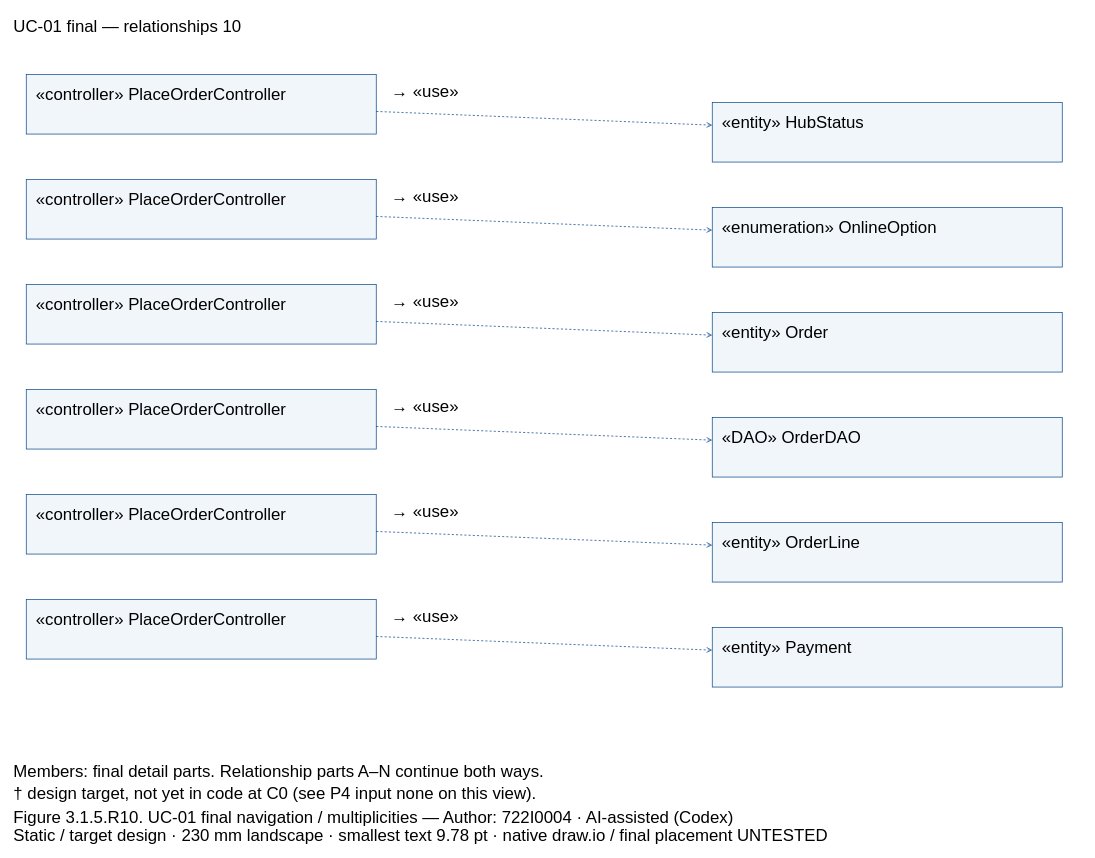
Before: models/UC-01/dcd_uc01_final_links_PartJ.drawio in Dat071104/SaigonBite, a draw.io diagram. Source tidied: cells renumbered, new cells numbered last; positions are measured from the earlier drawing's top-left corner, leaving out a move shared by most shapes. Both pictures are drawn from the tidied source at 70%, with x=0, y=0 at pixel (12, 12).
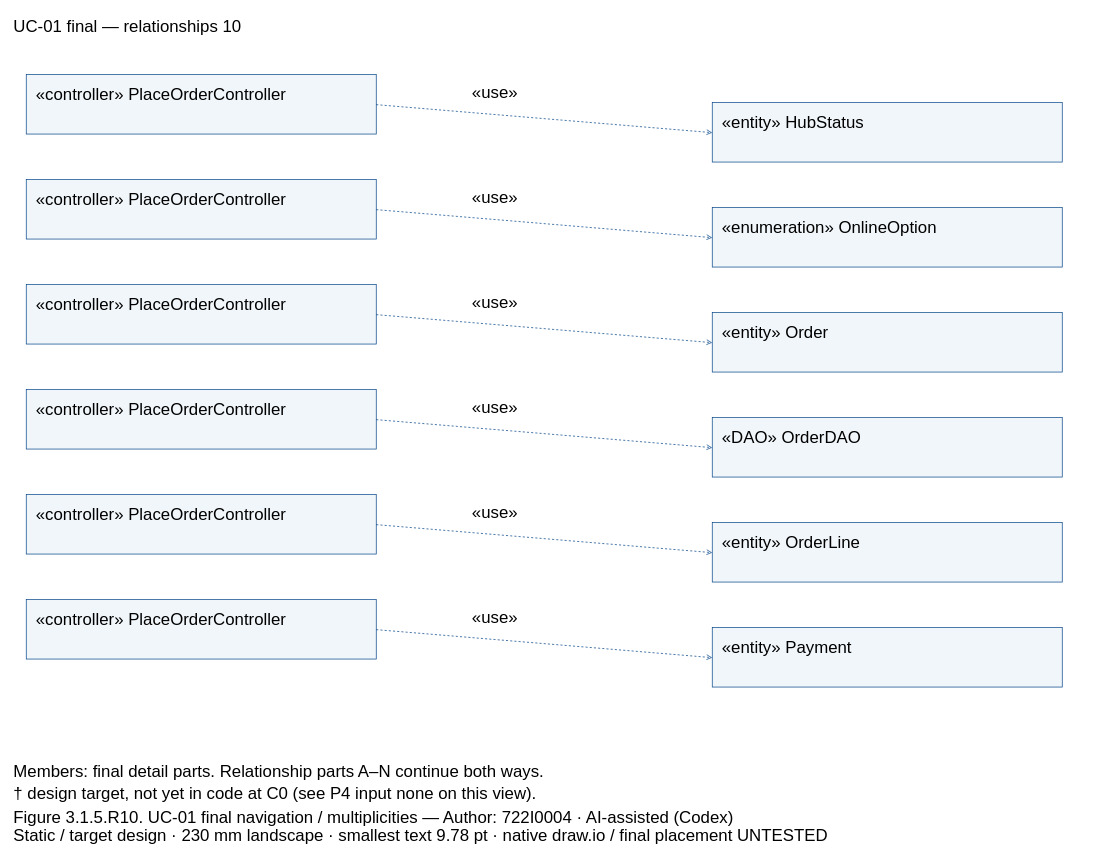
The same page after the edit.

The change refers to these unchanged cells:
```xml
<mxCell id="3" style="fillColor=#F1F6FA;strokeColor=#004387;fontFamily=Arial;fontSize=24;whiteSpace=wrap;html=0;" parent="1" vertex="1">
  <mxGeometry x="20" y="89" width="500" height="85" as="geometry" />
</mxCell>
<mxCell id="5" style="fillColor=#F1F6FA;strokeColor=#004387;fontFamily=Arial;fontSize=24;whiteSpace=wrap;html=0;" parent="1" vertex="1">
  <mxGeometry x="1000" y="129" width="500" height="85" as="geometry" />
</mxCell>
<mxCell id="7" style="fillColor=#F1F6FA;strokeColor=#004387;fontFamily=Arial;fontSize=24;whiteSpace=wrap;html=0;" parent="1" vertex="1">
  <mxGeometry x="20" y="239" width="500" height="85" as="geometry" />
</mxCell>
<mxCell id="9" style="fillColor=#F1F6FA;strokeColor=#004387;fontFamily=Arial;fontSize=24;whiteSpace=wrap;html=0;" parent="1" vertex="1">
  <mxGeometry x="1000" y="279" width="500" height="85" as="geometry" />
</mxCell>
<mxCell id="11" style="fillColor=#F1F6FA;strokeColor=#004387;fontFamily=Arial;fontSize=24;whiteSpace=wrap;html=0;" parent="1" vertex="1">
  <mxGeometry x="20" y="389" width="500" height="85" as="geometry" />
</mxCell>
<mxCell id="13" style="fillColor=#F1F6FA;strokeColor=#004387;fontFamily=Arial;fontSize=24;whiteSpace=wrap;html=0;" parent="1" vertex="1">
  <mxGeometry x="1000" y="429" width="500" height="85" as="geometry" />
</mxCell>
<mxCell id="15" style="fillColor=#F1F6FA;strokeColor=#004387;fontFamily=Arial;fontSize=24;whiteSpace=wrap;html=0;" parent="1" vertex="1">
  <mxGeometry x="20" y="539" width="500" height="85" as="geometry" />
</mxCell>
<mxCell id="17" style="fillColor=#F1F6FA;strokeColor=#004387;fontFamily=Arial;fontSize=24;whiteSpace=wrap;html=0;" parent="1" vertex="1">
  <mxGeometry x="1000" y="579" width="500" height="85" as="geometry" />
</mxCell>
<mxCell id="19" style="fillColor=#F1F6FA;strokeColor=#004387;fontFamily=Arial;fontSize=24;whiteSpace=wrap;html=0;" parent="1" vertex="1">
  <mxGeometry x="20" y="689" width="500" height="85" as="geometry" />
</mxCell>
<mxCell id="21" style="fillColor=#F1F6FA;strokeColor=#004387;fontFamily=Arial;fontSize=24;whiteSpace=wrap;html=0;" parent="1" vertex="1">
  <mxGeometry x="1000" y="729" width="500" height="85" as="geometry" />
</mxCell>
<mxCell id="23" style="fillColor=#F1F6FA;strokeColor=#004387;fontFamily=Arial;fontSize=24;whiteSpace=wrap;html=0;" parent="1" vertex="1">
  <mxGeometry x="20" y="839" width="500" height="85" as="geometry" />
</mxCell>
<mxCell id="25" style="fillColor=#F1F6FA;strokeColor=#004387;fontFamily=Arial;fontSize=24;whiteSpace=wrap;html=0;" parent="1" vertex="1">
  <mxGeometry x="1000" y="879" width="500" height="85" as="geometry" />
</mxCell>
```

What changed in the source:
```diff
@@
-    <mxCell id="27" style="edgeStyle=none;endArrow=open;dashed=1;strokeColor=#004387;" parent="1" edge="1" source="3" target="5">
+    <mxCell id="27" style="edgeStyle=none;endArrow=open;endFill=0;dashed=1;strokeColor=#004387;exitX=1.0;exitY=0.5058823529411764;exitPerimeter=0;entryX=0.0;entryY=0.5058823529411764;entryPerimeter=0;" parent="1" edge="1" source="3" target="5">
       <mxGeometry relative="1" as="geometry" />
     </mxCell>
-    <mxCell id="28" value="→ «use»" style="text;align=left;verticalAlign=top;strokeColor=none;fillColor=none;fontFamily=Arial;fontSize=24;whiteSpace=wrap;html=0;" parent="1" vertex="1">
-      <mxGeometry x="540" y="93" width="440" height="27.6" as="geometry" />
-    </mxCell>
+    <mxCell id="43" value="«use»" style="text;align=left;verticalAlign=top;strokeColor=none;fillColor=none;fontFamily=Arial;fontSize=24;whiteSpace=wrap;html=0;" parent="1" vertex="1">
+      <mxGeometry x="655" y="94" width="330" height="27.6" as="geometry" />
+    </mxCell>
-    <mxCell id="29" style="edgeStyle=none;endArrow=open;dashed=1;strokeColor=#004387;" parent="1" edge="1" source="7" target="9">
+    <mxCell id="29" style="edgeStyle=none;endArrow=open;endFill=0;dashed=1;strokeColor=#004387;exitX=1.0;exitY=0.5058823529411764;exitPerimeter=0;entryX=0.0;entryY=0.5058823529411764;entryPerimeter=0;" parent="1" edge="1" source="7" target="9">
       <mxGeometry relative="1" as="geometry" />
     </mxCell>
-    <mxCell id="30" value="→ «use»" style="text;align=left;verticalAlign=top;strokeColor=none;fillColor=none;fontFamily=Arial;fontSize=24;whiteSpace=wrap;html=0;" parent="1" vertex="1">
-      <mxGeometry x="540" y="243" width="440" height="27.6" as="geometry" />
-    </mxCell>
+    <mxCell id="44" value="«use»" style="text;align=left;verticalAlign=top;strokeColor=none;fillColor=none;fontFamily=Arial;fontSize=24;whiteSpace=wrap;html=0;" parent="1" vertex="1">
+      <mxGeometry x="655" y="244" width="330" height="27.6" as="geometry" />
+    </mxCell>
-    <mxCell id="31" style="edgeStyle=none;endArrow=open;dashed=1;strokeColor=#004387;" parent="1" edge="1" source="11" target="13">
+    <mxCell id="31" style="edgeStyle=none;endArrow=open;endFill=0;dashed=1;strokeColor=#004387;exitX=1.0;exitY=0.5058823529411764;exitPerimeter=0;entryX=0.0;entryY=0.5058823529411764;entryPerimeter=0;" parent="1" edge="1" source="11" target="13">
       <mxGeometry relative="1" as="geometry" />
     </mxCell>
-    <mxCell id="32" value="→ «use»" style="text;align=left;verticalAlign=top;strokeColor=none;fillColor=none;fontFamily=Arial;fontSize=24;whiteSpace=wrap;html=0;" parent="1" vertex="1">
-      <mxGeometry x="540" y="393" width="440" height="27.6" as="geometry" />
-    </mxCell>
+    <mxCell id="45" value="«use»" style="text;align=left;verticalAlign=top;strokeColor=none;fillColor=none;fontFamily=Arial;fontSize=24;whiteSpace=wrap;html=0;" parent="1" vertex="1">
+      <mxGeometry x="655" y="394" width="330" height="27.6" as="geometry" />
+    </mxCell>
-    <mxCell id="33" style="edgeStyle=none;endArrow=open;dashed=1;strokeColor=#004387;" parent="1" edge="1" source="15" target="17">
+    <mxCell id="33" style="edgeStyle=none;endArrow=open;endFill=0;dashed=1;strokeColor=#004387;exitX=1.0;exitY=0.5058823529411764;exitPerimeter=0;entryX=0.0;entryY=0.5058823529411764;entryPerimeter=0;" parent="1" edge="1" source="15" target="17">
       <mxGeometry relative="1" as="geometry" />
     </mxCell>
-    <mxCell id="34" value="→ «use»" style="text;align=left;verticalAlign=top;strokeColor=none;fillColor=none;fontFamily=Arial;fontSize=24;whiteSpace=wrap;html=0;" parent="1" vertex="1">
-      <mxGeometry x="540" y="543" width="440" height="27.6" as="geometry" />
-    </mxCell>
+    <mxCell id="46" value="«use»" style="text;align=left;verticalAlign=top;strokeColor=none;fillColor=none;fontFamily=Arial;fontSize=24;whiteSpace=wrap;html=0;" parent="1" vertex="1">
+      <mxGeometry x="655" y="544" width="330" height="27.6" as="geometry" />
+    </mxCell>
-    <mxCell id="35" style="edgeStyle=none;endArrow=open;dashed=1;strokeColor=#004387;" parent="1" edge="1" source="19" target="21">
+    <mxCell id="35" style="edgeStyle=none;endArrow=open;endFill=0;dashed=1;strokeColor=#004387;exitX=1.0;exitY=0.5058823529411764;exitPerimeter=0;entryX=0.0;entryY=0.5058823529411764;entryPerimeter=0;" parent="1" edge="1" source="19" target="21">
       <mxGeometry relative="1" as="geometry" />
     </mxCell>
-    <mxCell id="36" value="→ «use»" style="text;align=left;verticalAlign=top;strokeColor=none;fillColor=none;fontFamily=Arial;fontSize=24;whiteSpace=wrap;html=0;" parent="1" vertex="1">
-      <mxGeometry x="540" y="693" width="440" height="27.6" as="geometry" />
-    </mxCell>
+    <mxCell id="47" value="«use»" style="text;align=left;verticalAlign=top;strokeColor=none;fillColor=none;fontFamily=Arial;fontSize=24;whiteSpace=wrap;html=0;" parent="1" vertex="1">
+      <mxGeometry x="655" y="694" width="330" height="27.6" as="geometry" />
+    </mxCell>
-    <mxCell id="37" style="edgeStyle=none;endArrow=open;dashed=1;strokeColor=#004387;" parent="1" edge="1" source="23" target="25">
+    <mxCell id="37" style="edgeStyle=none;endArrow=open;endFill=0;dashed=1;strokeColor=#004387;exitX=1.0;exitY=0.5058823529411764;exitPerimeter=0;entryX=0.0;entryY=0.5058823529411764;entryPerimeter=0;" parent="1" edge="1" source="23" target="25">
       <mxGeometry relative="1" as="geometry" />
     </mxCell>
-    <mxCell id="38" value="→ «use»" style="text;align=left;verticalAlign=top;strokeColor=none;fillColor=none;fontFamily=Arial;fontSize=24;whiteSpace=wrap;html=0;" parent="1" vertex="1">
-      <mxGeometry x="540" y="843" width="440" height="27.6" as="geometry" />
-    </mxCell>
+    <mxCell id="48" value="«use»" style="text;align=left;verticalAlign=top;strokeColor=none;fillColor=none;fontFamily=Arial;fontSize=24;whiteSpace=wrap;html=0;" parent="1" vertex="1">
+      <mxGeometry x="655" y="844" width="330" height="27.6" as="geometry" />
+    </mxCell>
```
